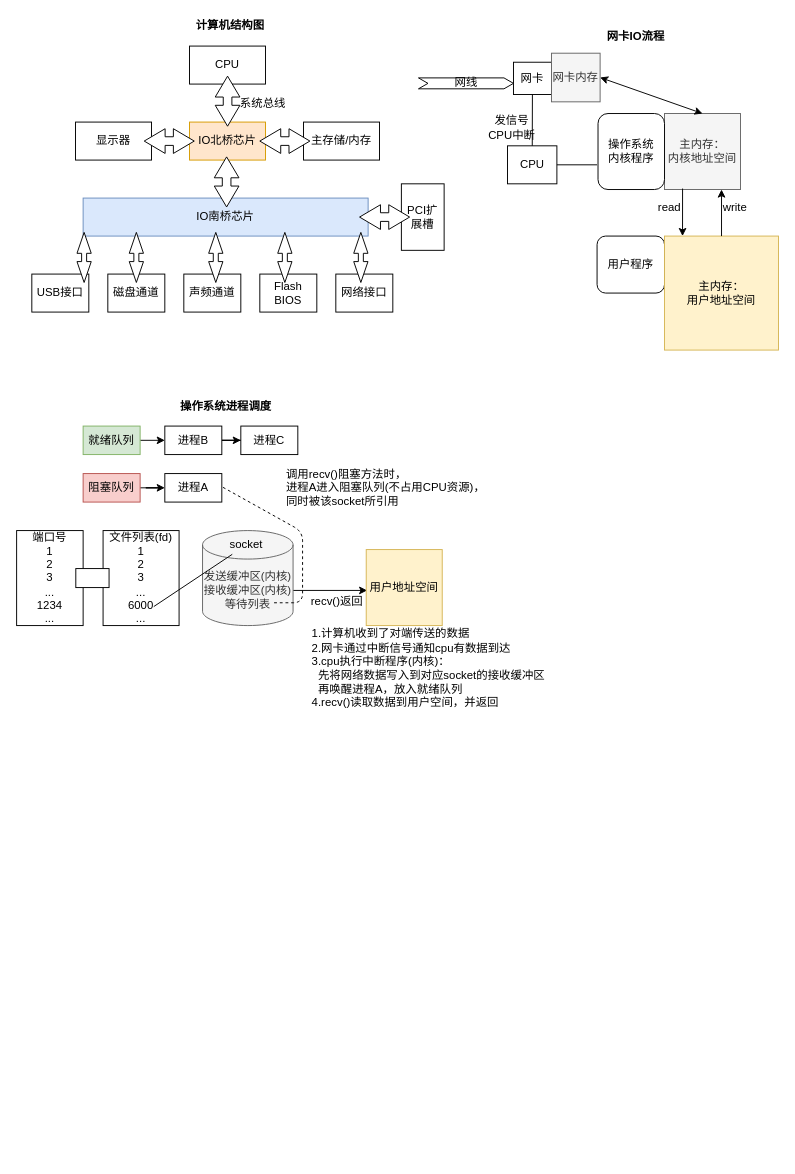
xuelei20/drawio keeps this draw.io diagram as epoll.drawio. Above is the earlier version. Source tidied: cells renumbered, new cells numbered last; positions are measured from the earlier drawing's top-left corner, leaving out a move shared by most shapes. Both pictures are drawn from the tidied source at 95%, with x=0, y=0 at pixel (16, 16).
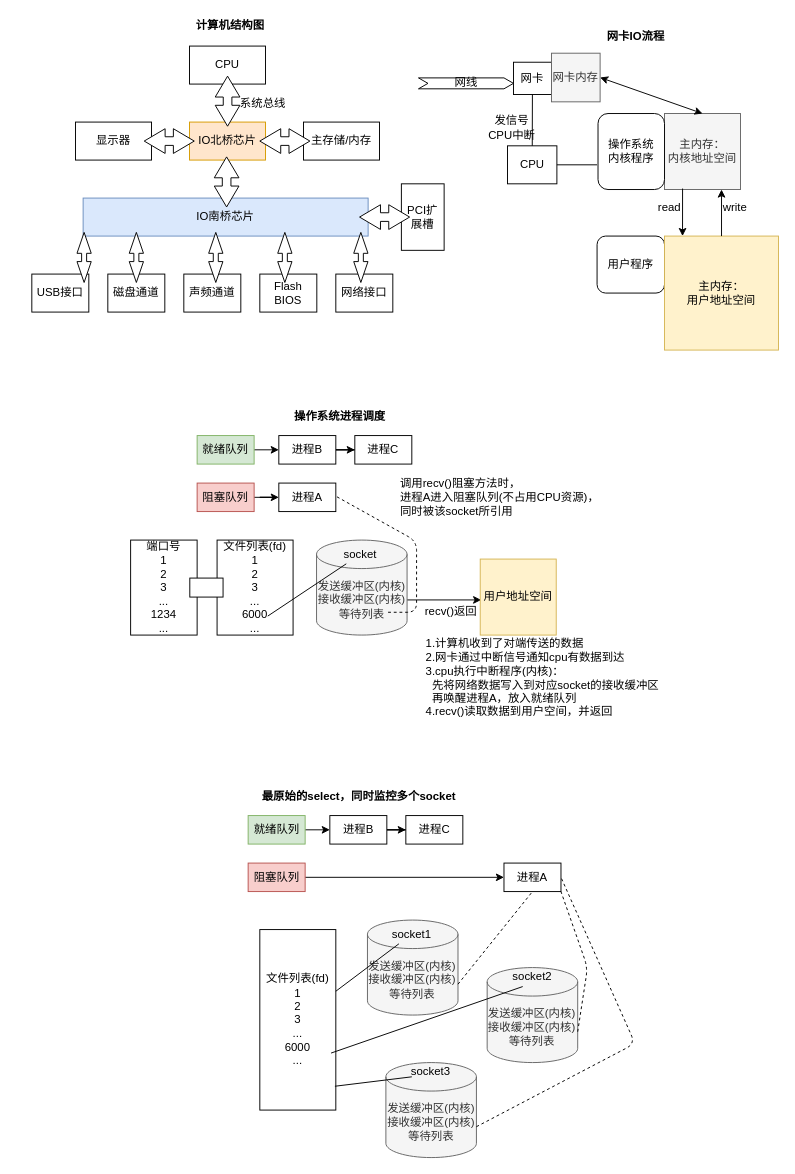
The same page after the edit.

What changed in the source:
```diff
@@
     <mxCell id="40" value="操作系统进程调度" style="text;html=1;align=center;verticalAlign=middle;fontStyle=1;" parent="1" vertex="1">
-      <mxGeometry x="165" y="401" width="110" height="20" as="geometry" />
+      <mxGeometry x="285" y="411" width="110" height="20" as="geometry" />
     </mxCell>
     <mxCell id="41" style="edgeStyle=orthogonalEdgeStyle;rounded=0;jettySize=auto;html=1;entryX=0;entryY=0.5;entryDx=0;entryDy=0;" parent="1" edge="1" source="42">
       <mxGeometry relative="1" as="geometry">
-        <mxPoint x="156" y="446" as="targetPoint" />
+        <mxPoint x="276" y="456" as="targetPoint" />
       </mxGeometry>
     </mxCell>
     <mxCell id="42" value="就绪队列" style="whiteSpace=wrap;html=1;fillColor=#d5e8d4;strokeColor=#82b366;" parent="1" vertex="1">
-      <mxGeometry x="70" y="431" width="60" height="30" as="geometry" />
+      <mxGeometry x="190" y="441" width="60" height="30" as="geometry" />
     </mxCell>
@@
     <mxCell id="44" value="进程B" style="whiteSpace=wrap;html=1;" parent="1" vertex="1">
-      <mxGeometry x="156" y="431" width="60" height="30" as="geometry" />
+      <mxGeometry x="276" y="441" width="60" height="30" as="geometry" />
     </mxCell>
     <mxCell id="45" value="进程C" style="whiteSpace=wrap;html=1;" parent="1" vertex="1">
-      <mxGeometry x="236" y="431" width="60" height="30" as="geometry" />
+      <mxGeometry x="356" y="441" width="60" height="30" as="geometry" />
     </mxCell>
@@
     <mxCell id="47" value="阻塞队列" style="whiteSpace=wrap;html=1;fillColor=#f8cecc;strokeColor=#b85450;" parent="1" vertex="1">
-      <mxGeometry x="70" y="481" width="60" height="30" as="geometry" />
+      <mxGeometry x="190" y="491" width="60" height="30" as="geometry" />
     </mxCell>
     <mxCell id="48" value="进程A" style="whiteSpace=wrap;html=1;" parent="1" vertex="1">
-      <mxGeometry x="156" y="481" width="60" height="30" as="geometry" />
+      <mxGeometry x="276" y="491" width="60" height="30" as="geometry" />
     </mxCell>
     <mxCell id="49" value="文件列表(fd)&lt;br&gt;1&lt;br&gt;2&lt;br&gt;3&lt;br&gt;...&lt;br&gt;6000&lt;br&gt;..." style="whiteSpace=wrap;html=1;" parent="1" vertex="1">
-      <mxGeometry x="91" y="541" width="80" height="100" as="geometry" />
+      <mxGeometry x="211" y="551" width="80" height="100" as="geometry" />
     </mxCell>
     <mxCell id="50" style="edgeStyle=orthogonalEdgeStyle;rounded=0;orthogonalLoop=1;jettySize=auto;html=1;" parent="1" edge="1">
       <mxGeometry relative="1" as="geometry">
-        <mxPoint x="291" y="604" as="sourcePoint" />
-        <mxPoint x="369" y="604" as="targetPoint" />
+        <mxPoint x="411" y="614" as="sourcePoint" />
+        <mxPoint x="489" y="614" as="targetPoint" />
       </mxGeometry>
     </mxCell>
     <mxCell id="51" value="发送缓冲区(内核)&lt;br&gt;接收缓冲区(内核)&lt;br&gt;等待列表" style="shape=cylinder3;whiteSpace=wrap;html=1;boundedLbl=1;backgroundOutline=1;size=15;align=center;fillColor=#f5f5f5;strokeColor=#666666;fontColor=#333333;" parent="1" vertex="1">
-      <mxGeometry x="195.7" y="541" width="95.3" height="100" as="geometry" />
+      <mxGeometry x="315.7" y="551" width="95.3" height="100" as="geometry" />
     </mxCell>
     <mxCell id="52" style="endArrow=none;dashed=1;html=1;entryX=1;entryY=0.75;entryDx=0;entryDy=0;" parent="1" edge="1">
       <mxGeometry relative="1" as="geometry">
-        <mxPoint x="271" y="617" as="sourcePoint" />
-        <mxPoint x="216" y="494.8" as="targetPoint" />
+        <mxPoint x="391" y="627" as="sourcePoint" />
+        <mxPoint x="336" y="504.8" as="targetPoint" />
         <Array as="points">
-          <mxPoint x="301" y="617" />
-          <mxPoint x="301" y="542.2" />
+          <mxPoint x="421" y="627" />
+          <mxPoint x="421" y="552.2" />
         </Array>
       </mxGeometry>
     </mxCell>
     <mxCell id="53" value="socket" style="text;html=1;strokeColor=none;fillColor=none;align=center;verticalAlign=middle;whiteSpace=wrap;rounded=0;" parent="1" vertex="1">
-      <mxGeometry x="222" y="546" width="40" height="20" as="geometry" />
+      <mxGeometry x="342" y="556" width="40" height="20" as="geometry" />
     </mxCell>
@@
     <mxCell id="55" value="调用recv()阻塞方法时，&lt;br&gt;进程A进入阻塞队列(不占用CPU资源)，&lt;br&gt;同时被该socket所引用" style="text;html=1;align=left;verticalAlign=middle;" parent="1" vertex="1">
-      <mxGeometry x="282" y="471" width="220" height="50" as="geometry" />
+      <mxGeometry x="402" y="481" width="220" height="50" as="geometry" />
     </mxCell>
     <mxCell id="56" value="1.计算机收到了对端传送的数据&lt;br&gt;2.网卡通过中断信号通知cpu有数据到达&lt;br&gt;3.cpu执行中断程序(内核)：&lt;br&gt;&amp;nbsp; 先将网络数据写入到对应socket的接收缓冲区&lt;br&gt;&amp;nbsp; 再唤醒进程A，放入就绪队列&lt;br&gt;4.recv()读取数据到用户空间，并返回" style="text;html=1;align=left;verticalAlign=middle;" parent="1" vertex="1">
-      <mxGeometry x="308.7" y="641" width="260" height="90" as="geometry" />
+      <mxGeometry x="428.7" y="651" width="260" height="90" as="geometry" />
     </mxCell>
     <mxCell id="57" value="用户地址空间" style="whiteSpace=wrap;html=1;fillColor=#fff2cc;strokeColor=#d6b656;" parent="1" vertex="1">
-      <mxGeometry x="368" y="561" width="80" height="80" as="geometry" />
+      <mxGeometry x="488" y="571" width="80" height="80" as="geometry" />
     </mxCell>
     <mxCell id="58" value="recv()返回" style="text;html=1;align=center;verticalAlign=middle;" parent="1" vertex="1">
-      <mxGeometry x="302" y="606" width="70" height="20" as="geometry" />
+      <mxGeometry x="422" y="616" width="70" height="20" as="geometry" />
     </mxCell>
@@
     <mxCell id="61" value="端口号&lt;br&gt;1&lt;br&gt;2&lt;br&gt;3&lt;br&gt;...&lt;br&gt;1234&lt;br&gt;..." style="whiteSpace=wrap;html=1;" parent="1" vertex="1">
-      <mxGeometry y="541" width="70" height="100" as="geometry" />
+      <mxGeometry x="120" y="551" width="70" height="100" as="geometry" />
     </mxCell>
     <mxCell id="62" style="rounded=0;whiteSpace=wrap;html=1;align=left;" parent="1" vertex="1">
-      <mxGeometry x="62.3" y="581" width="35" height="20" as="geometry" />
+      <mxGeometry x="182.3" y="591" width="35" height="20" as="geometry" />
     </mxCell>
+    <mxCell id="63" style="edgeStyle=orthogonalEdgeStyle;rounded=0;jettySize=auto;html=1;entryX=0;entryY=0.5;entryDx=0;entryDy=0;" parent="1" edge="1" source="64">
+      <mxGeometry relative="1" as="geometry">
+        <mxPoint x="329.7" y="856" as="targetPoint" />
+      </mxGeometry>
+    </mxCell>
+    <mxCell id="64" value="就绪队列" style="whiteSpace=wrap;html=1;fillColor=#d5e8d4;strokeColor=#82b366;" parent="1" vertex="1">
+      <mxGeometry x="243.7" y="841" width="60" height="30" as="geometry" />
+    </mxCell>
+    <mxCell id="65" style="edgeStyle=orthogonalEdgeStyle;rounded=0;jettySize=auto;html=1;" parent="1" edge="1" source="66" target="67">
+      <mxGeometry relative="1" as="geometry" />
+    </mxCell>
+    <mxCell id="66" value="进程B" style="whiteSpace=wrap;html=1;" parent="1" vertex="1">
+      <mxGeometry x="329.7" y="841" width="60" height="30" as="geometry" />
+    </mxCell>
+    <mxCell id="67" value="进程C" style="whiteSpace=wrap;html=1;" parent="1" vertex="1">
+      <mxGeometry x="409.7" y="841" width="60" height="30" as="geometry" />
+    </mxCell>
+    <mxCell id="68" style="edgeStyle=orthogonalEdgeStyle;rounded=0;jettySize=auto;html=1;entryX=0;entryY=0.5;entryDx=0;entryDy=0;" parent="1" edge="1" source="69" target="70">
+      <mxGeometry relative="1" as="geometry" />
+    </mxCell>
+    <mxCell id="69" value="阻塞队列" style="whiteSpace=wrap;html=1;fillColor=#f8cecc;strokeColor=#b85450;" parent="1" vertex="1">
+      <mxGeometry x="243.7" y="891" width="60" height="30" as="geometry" />
+    </mxCell>
+    <mxCell id="70" value="进程A" style="whiteSpace=wrap;html=1;" parent="1" vertex="1">
+      <mxGeometry x="513" y="891" width="60" height="30" as="geometry" />
+    </mxCell>
+    <mxCell id="71" value="文件列表(fd)&lt;br&gt;1&lt;br&gt;2&lt;br&gt;3&lt;br&gt;...&lt;br&gt;6000&lt;br&gt;..." style="whiteSpace=wrap;html=1;" parent="1" vertex="1">
+      <mxGeometry x="256" y="961" width="80" height="190" as="geometry" />
+    </mxCell>
+    <mxCell id="72" value="发送缓冲区(内核)&lt;br&gt;接收缓冲区(内核)&lt;br&gt;等待列表" style="shape=cylinder3;whiteSpace=wrap;html=1;boundedLbl=1;backgroundOutline=1;size=15;align=center;fillColor=#f5f5f5;strokeColor=#666666;fontColor=#333333;" parent="1" vertex="1">
+      <mxGeometry x="369.3" y="951" width="95.3" height="100" as="geometry" />
+    </mxCell>
+    <mxCell id="73" value="socket1" style="text;html=1;strokeColor=none;fillColor=none;align=center;verticalAlign=middle;whiteSpace=wrap;rounded=0;" parent="1" vertex="1">
+      <mxGeometry x="395.7" y="956" width="40" height="20" as="geometry" />
+    </mxCell>
+    <mxCell id="74" style="endArrow=none;html=1;" parent="1" edge="1" source="71" target="73">
+      <mxGeometry relative="1" as="geometry" />
+    </mxCell>
+    <mxCell id="75" value="最原始的select，同时监控多个socket" style="text;html=1;align=center;verticalAlign=middle;fontStyle=1;" parent="1" vertex="1">
+      <mxGeometry x="249.7" y="811" width="220" height="20" as="geometry" />
+    </mxCell>
+    <mxCell id="76" value="发送缓冲区(内核)&lt;br&gt;接收缓冲区(内核)&lt;br&gt;等待列表" style="shape=cylinder3;whiteSpace=wrap;html=1;boundedLbl=1;backgroundOutline=1;size=15;align=center;fillColor=#f5f5f5;strokeColor=#666666;fontColor=#333333;" parent="1" vertex="1">
+      <mxGeometry x="495.3" y="1001" width="95.3" height="100" as="geometry" />
+    </mxCell>
+    <mxCell id="77" value="发送缓冲区(内核)&lt;br&gt;接收缓冲区(内核)&lt;br&gt;等待列表" style="shape=cylinder3;whiteSpace=wrap;html=1;boundedLbl=1;backgroundOutline=1;size=15;align=center;fillColor=#f5f5f5;strokeColor=#666666;fontColor=#333333;" parent="1" vertex="1">
+      <mxGeometry x="388.7" y="1101" width="95.3" height="100" as="geometry" />
+    </mxCell>
+    <mxCell id="78" value="socket2" style="text;html=1;strokeColor=none;fillColor=none;align=center;verticalAlign=middle;whiteSpace=wrap;rounded=0;" parent="1" vertex="1">
+      <mxGeometry x="522.7" y="1001" width="40" height="20" as="geometry" />
+    </mxCell>
+    <mxCell id="79" value="socket3" style="text;html=1;strokeColor=none;fillColor=none;align=center;verticalAlign=middle;whiteSpace=wrap;rounded=0;" parent="1" vertex="1">
+      <mxGeometry x="416" y="1101" width="40" height="20" as="geometry" />
+    </mxCell>
+    <mxCell id="80" style="endArrow=none;html=1;entryX=0.25;entryY=1;entryDx=0;entryDy=0;" parent="1" edge="1" target="78">
+      <mxGeometry relative="1" as="geometry">
+        <mxPoint x="331" y="1091" as="sourcePoint" />
+      </mxGeometry>
+    </mxCell>
+    <mxCell id="81" style="endArrow=none;html=1;exitX=0.988;exitY=0.868;exitDx=0;exitDy=0;exitPerimeter=0;entryX=0;entryY=0.75;entryDx=0;entryDy=0;" parent="1" edge="1" source="71" target="79">
+      <mxGeometry relative="1" as="geometry" />
+    </mxCell>
+    <mxCell id="82" style="endArrow=none;dashed=1;html=1;entryX=0.5;entryY=1;entryDx=0;entryDy=0;exitX=1;exitY=0;exitDx=0;exitDy=67.5;exitPerimeter=0;" parent="1" edge="1" source="72" target="70">
+      <mxGeometry relative="1" as="geometry" />
+    </mxCell>
+    <mxCell id="83" style="endArrow=none;dashed=1;html=1;entryX=1;entryY=1;entryDx=0;entryDy=0;exitX=1;exitY=0;exitDx=0;exitDy=67.5;exitPerimeter=0;" parent="1" edge="1" source="76" target="70">
+      <mxGeometry relative="1" as="geometry">
+        <Array as="points">
+          <mxPoint x="601" y="1001" />
+        </Array>
+      </mxGeometry>
+    </mxCell>
+    <mxCell id="84" style="endArrow=none;dashed=1;html=1;exitX=1;exitY=0;exitDx=0;exitDy=67.5;exitPerimeter=0;entryX=1;entryY=0.5;entryDx=0;entryDy=0;" parent="1" edge="1" source="77" target="70">
+      <mxGeometry relative="1" as="geometry">
+        <Array as="points">
+          <mxPoint x="651" y="1081" />
+        </Array>
+      </mxGeometry>
+    </mxCell>
```
